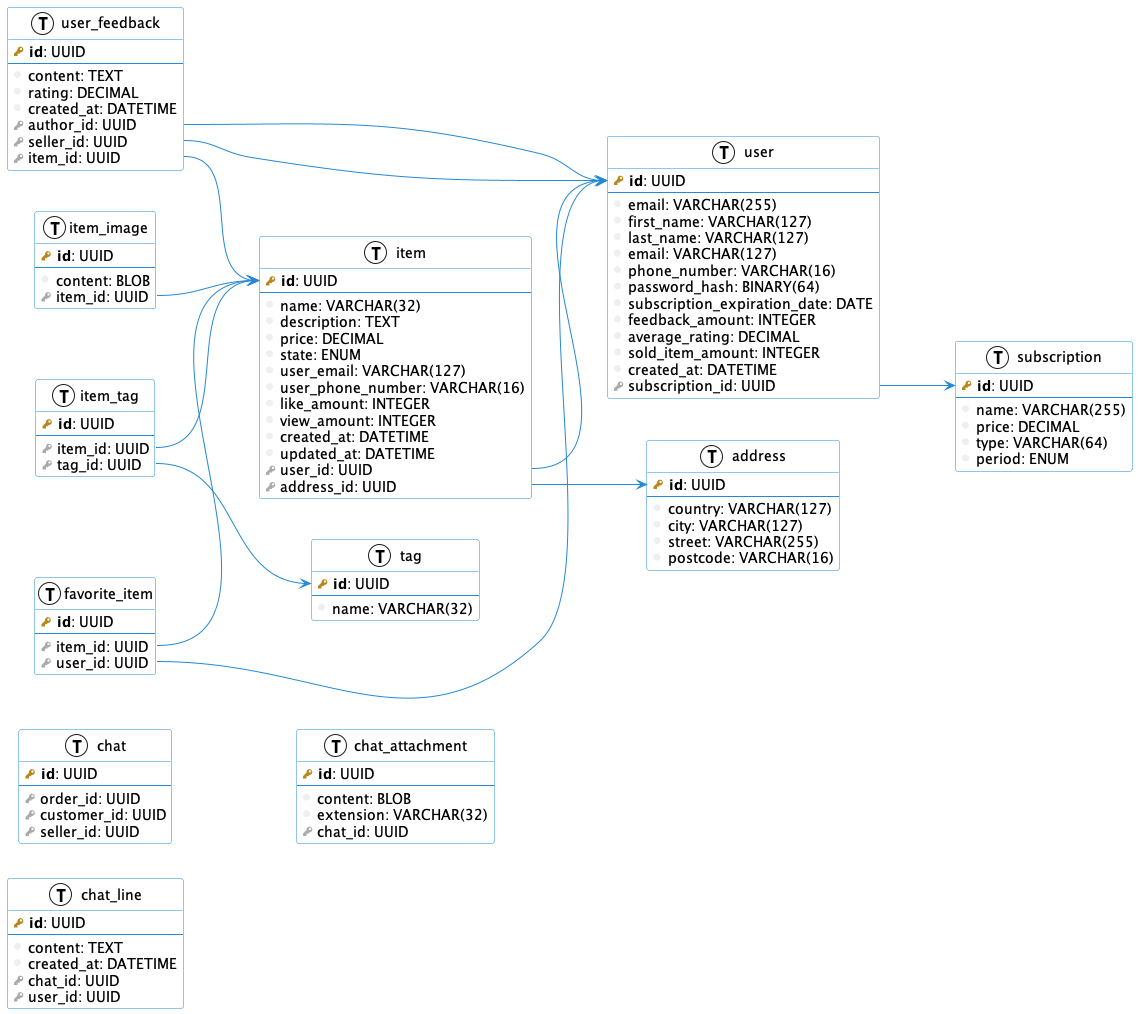
Before: images/db.png, a diagram exported from PlantUML (danilshvalov/databases-lab).
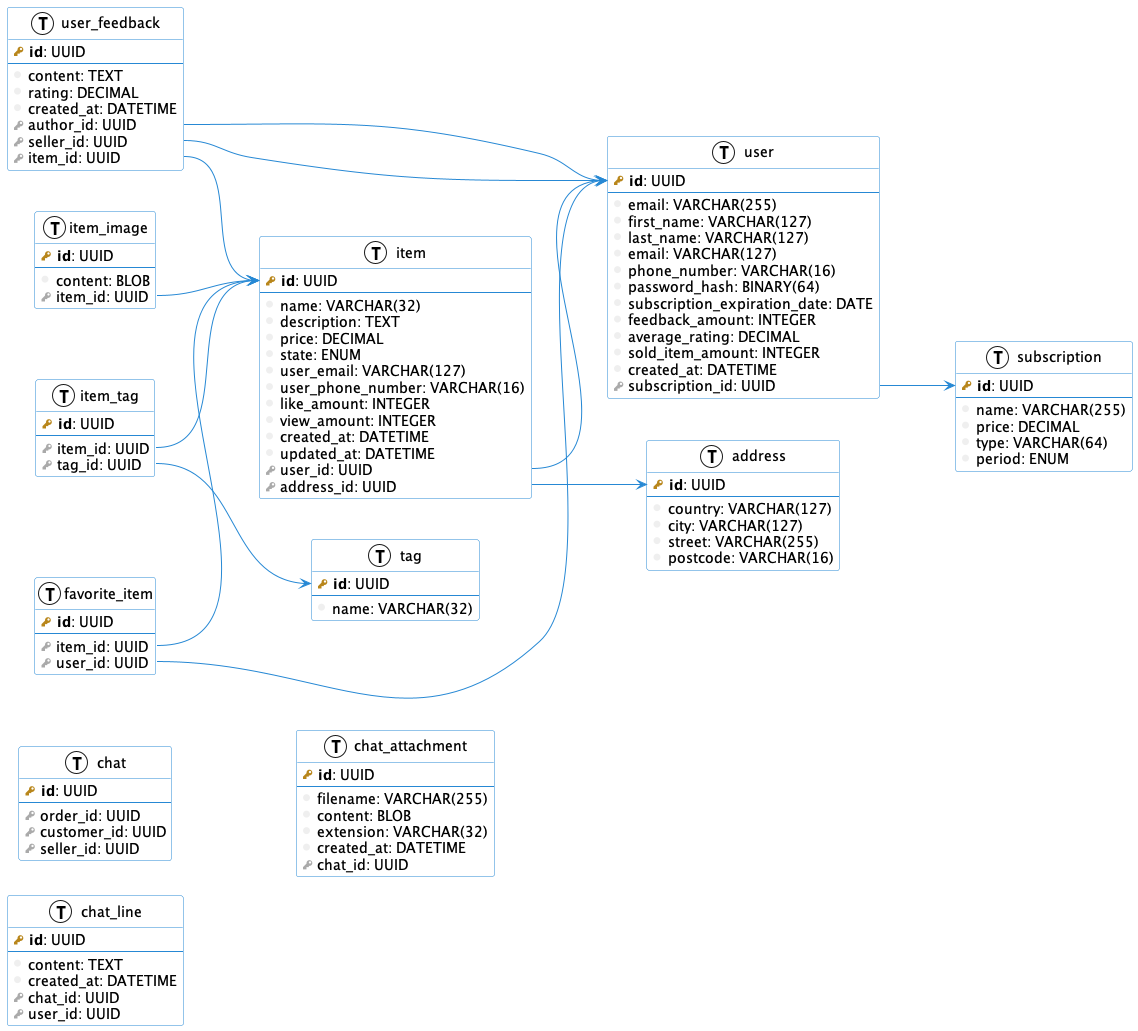
After the commit.

Commit message:
feat(db): add `filename` and `created_at` fields

Change to the diagram source:
```diff
@@ -142,8 +142,10 @@
 table(chat_attachment) {
     primary_key(id): UUID
     --
+    column(filename): VARCHAR(255)
     column(content): BLOB
     column(extension): VARCHAR(32)
+    column(created_at): DATETIME
     foreign_key(chat_id): UUID
 }
 
```
